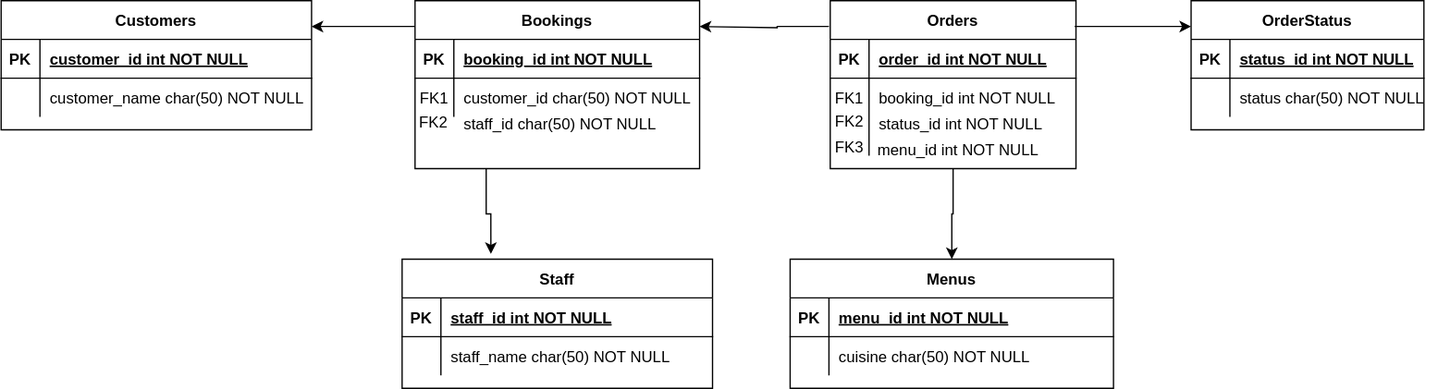
Before: ConceptualDataModel.drawio.svg, a diagram exported from draw.io (yl315504/db-capstone-project). Source tidied: cells renumbered, new cells last; positions are measured from the earlier drawing's top-left corner, leaving out a move shared by most shapes.
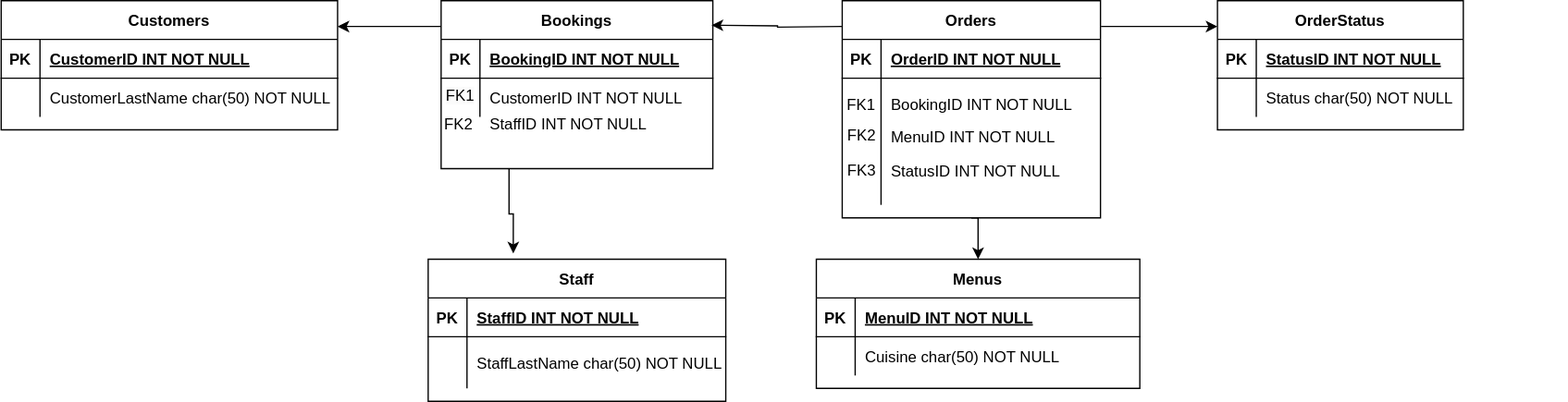
The same diagram one commit later.

Commit message:
Added little lemon data model

Change to the diagram source:
```diff
@@ -11,7 +11,7 @@
     <mxCell id="4" value="PK" style="shape=partialRectangle;overflow=hidden;fillColor=none;top=0;left=0;bottom=0;right=0;fontStyle=1;" parent="3" vertex="1">
       <mxGeometry width="30" height="30" as="geometry" />
     </mxCell>
-    <mxCell id="5" value="menu_id int NOT NULL " style="shape=partialRectangle;overflow=hidden;fillColor=none;top=0;left=0;bottom=0;right=0;align=left;spacingLeft=6;fontStyle=5;" parent="3" vertex="1">
+    <mxCell id="5" value="MenuID INT NOT NULL " style="shape=partialRectangle;overflow=hidden;fillColor=none;top=0;left=0;bottom=0;right=0;align=left;spacingLeft=6;fontStyle=5;" parent="3" vertex="1">
       <mxGeometry x="30" width="220" height="30" as="geometry" />
     </mxCell>
     <mxCell id="6" style="shape=partialRectangle;fillColor=none;top=0;left=0;right=0;bottom=0;" parent="2" vertex="1">
@@ -20,142 +20,90 @@
     <mxCell id="7" style="shape=partialRectangle;overflow=hidden;fillColor=none;top=0;left=0;bottom=0;right=0;" parent="6" vertex="1">
       <mxGeometry width="30" height="30" as="geometry" />
     </mxCell>
-    <mxCell id="8" value="cuisine char(50) NOT NULL" style="shape=partialRectangle;overflow=hidden;fillColor=none;top=0;left=0;bottom=0;right=0;align=left;spacingLeft=6;" parent="6" vertex="1">
+    <mxCell id="8" value="Cuisine char(50) NOT NULL" style="shape=partialRectangle;overflow=hidden;fillColor=none;top=0;left=0;bottom=0;right=0;align=left;spacingLeft=6;" parent="6" vertex="1">
       <mxGeometry x="30" width="220" height="30" as="geometry" />
     </mxCell>
     <mxCell id="9" value="Customers" style="shape=table;startSize=30;rowLines=0;fontStyle=1;align=center;" parent="1" vertex="1">
-      <mxGeometry width="240" height="100" as="geometry" />
+      <mxGeometry x="-20" width="260" height="100" as="geometry" />
     </mxCell>
     <mxCell id="10" style="shape=partialRectangle;fillColor=none;top=0;left=0;right=0;bottom=1;" parent="9" vertex="1">
-      <mxGeometry y="30" width="240" height="30" as="geometry" />
+      <mxGeometry y="30" width="260" height="30" as="geometry" />
     </mxCell>
     <mxCell id="11" value="PK" style="shape=partialRectangle;overflow=hidden;fillColor=none;top=0;left=0;bottom=0;right=0;fontStyle=1;" parent="10" vertex="1">
       <mxGeometry width="30" height="30" as="geometry" />
     </mxCell>
-    <mxCell id="12" value="customer_id int NOT NULL " style="shape=partialRectangle;overflow=hidden;fillColor=none;top=0;left=0;bottom=0;right=0;align=left;spacingLeft=6;fontStyle=5;" parent="10" vertex="1">
-      <mxGeometry x="30" width="210" height="30" as="geometry" />
+    <mxCell id="12" value="CustomerID INT NOT NULL " style="shape=partialRectangle;overflow=hidden;fillColor=none;top=0;left=0;bottom=0;right=0;align=left;spacingLeft=6;fontStyle=5;" parent="10" vertex="1">
+      <mxGeometry x="30" width="230" height="30" as="geometry" />
     </mxCell>
     <mxCell id="13" style="shape=partialRectangle;fillColor=none;top=0;left=0;right=0;bottom=0;" parent="9" vertex="1">
-      <mxGeometry y="60" width="240" height="30" as="geometry" />
+      <mxGeometry y="60" width="260" height="30" as="geometry" />
     </mxCell>
     <mxCell id="14" style="shape=partialRectangle;overflow=hidden;fillColor=none;top=0;left=0;bottom=0;right=0;" parent="13" vertex="1">
       <mxGeometry width="30" height="30" as="geometry" />
     </mxCell>
-    <mxCell id="15" value="customer_name char(50) NOT NULL" style="shape=partialRectangle;overflow=hidden;fillColor=none;top=0;left=0;bottom=0;right=0;align=left;spacingLeft=6;" parent="13" vertex="1">
-      <mxGeometry x="30" width="210" height="30" as="geometry" />
+    <mxCell id="15" value="CustomerLastName char(50) NOT NULL" style="shape=partialRectangle;overflow=hidden;fillColor=none;top=0;left=0;bottom=0;right=0;align=left;spacingLeft=6;" parent="13" vertex="1">
+      <mxGeometry x="30" width="230" height="30" as="geometry" />
     </mxCell>
     <mxCell id="16" value="Staff" style="shape=table;startSize=30;rowLines=0;fontStyle=1;align=center;" parent="1" vertex="1">
-      <mxGeometry x="310" y="200" width="240" height="100" as="geometry" />
+      <mxGeometry x="310" y="200" width="230" height="110" as="geometry" />
     </mxCell>
     <mxCell id="17" style="shape=partialRectangle;fillColor=none;top=0;left=0;right=0;bottom=1;" parent="16" vertex="1">
-      <mxGeometry y="30" width="240" height="30" as="geometry" />
+      <mxGeometry y="30" width="230" height="30" as="geometry" />
     </mxCell>
     <mxCell id="18" value="PK" style="shape=partialRectangle;overflow=hidden;fillColor=none;top=0;left=0;bottom=0;right=0;fontStyle=1;" parent="17" vertex="1">
       <mxGeometry width="30" height="30" as="geometry" />
     </mxCell>
-    <mxCell id="19" value="staff_id int NOT NULL " style="shape=partialRectangle;overflow=hidden;fillColor=none;top=0;left=0;bottom=0;right=0;align=left;spacingLeft=6;fontStyle=5;" parent="17" vertex="1">
-      <mxGeometry x="30" width="210" height="30" as="geometry" />
+    <mxCell id="19" value="StaffID INT NOT NULL " style="shape=partialRectangle;overflow=hidden;fillColor=none;top=0;left=0;bottom=0;right=0;align=left;spacingLeft=6;fontStyle=5;" parent="17" vertex="1">
+      <mxGeometry x="30" width="200" height="30" as="geometry" />
     </mxCell>
     <mxCell id="20" style="shape=partialRectangle;fillColor=none;top=0;left=0;right=0;bottom=0;" parent="16" vertex="1">
-      <mxGeometry y="60" width="240" height="30" as="geometry" />
+      <mxGeometry y="60" width="230" height="40" as="geometry" />
     </mxCell>
     <mxCell id="21" style="shape=partialRectangle;overflow=hidden;fillColor=none;top=0;left=0;bottom=0;right=0;" parent="20" vertex="1">
-      <mxGeometry width="30" height="30" as="geometry" />
+      <mxGeometry width="30" height="40" as="geometry" />
     </mxCell>
-    <mxCell id="22" value="staff_name char(50) NOT NULL" style="shape=partialRectangle;overflow=hidden;fillColor=none;top=0;left=0;bottom=0;right=0;align=left;spacingLeft=6;" parent="20" vertex="1">
-      <mxGeometry x="30" width="210" height="30" as="geometry" />
+    <mxCell id="22" value="StaffLastName char(50) NOT NULL" style="shape=partialRectangle;overflow=hidden;fillColor=none;top=0;left=0;bottom=0;right=0;align=left;spacingLeft=6;" parent="20" vertex="1">
+      <mxGeometry x="30" width="200" height="40" as="geometry" />
     </mxCell>
-    <mxCell id="23" style="group;" parent="1" vertex="1">
-      <mxGeometry x="640" width="250" height="140" as="geometry" />
-    </mxCell>
-    <mxCell id="24" value="menu_id int NOT NULL " style="shape=partialRectangle;overflow=hidden;fillColor=none;top=0;left=0;bottom=0;right=0;align=left;spacingLeft=6;fontStyle=0;" parent="23" vertex="1">
-      <mxGeometry x="30" y="100" width="220" height="30" as="geometry" />
-    </mxCell>
-    <mxCell id="25" value="Orders" style="shape=table;startSize=30;rowLines=0;fontStyle=1;align=center;" parent="23" vertex="1">
-      <mxGeometry x="1" width="190" height="130" as="geometry" />
-    </mxCell>
-    <mxCell id="26" style="shape=partialRectangle;fillColor=none;top=0;left=0;right=0;bottom=1;" parent="25" vertex="1">
-      <mxGeometry y="30" width="190" height="30" as="geometry" />
-    </mxCell>
-    <mxCell id="27" value="PK" style="shape=partialRectangle;overflow=hidden;fillColor=none;top=0;left=0;bottom=0;right=0;fontStyle=1;" parent="26" vertex="1">
-      <mxGeometry width="30" height="30" as="geometry" />
-    </mxCell>
-    <mxCell id="28" value="order_id int NOT NULL " style="shape=partialRectangle;overflow=hidden;fillColor=none;top=0;left=0;bottom=0;right=0;align=left;spacingLeft=6;fontStyle=5;" parent="26" vertex="1">
-      <mxGeometry x="30" width="160" height="30" as="geometry" />
-    </mxCell>
-    <mxCell id="29" style="shape=partialRectangle;fillColor=none;top=0;left=0;right=0;bottom=0;" parent="25" vertex="1">
-      <mxGeometry y="60" width="190" height="30" as="geometry" />
-    </mxCell>
-    <mxCell id="30" value="FK1" style="shape=partialRectangle;overflow=hidden;fillColor=none;top=0;left=0;bottom=0;right=0;" parent="29" vertex="1">
-      <mxGeometry width="30" height="30" as="geometry" />
-    </mxCell>
-    <mxCell id="31" value="booking_id int NOT NULL" style="shape=partialRectangle;overflow=hidden;fillColor=none;top=0;left=0;bottom=0;right=0;align=left;spacingLeft=6;" parent="29" vertex="1">
-      <mxGeometry x="30" width="160" height="30" as="geometry" />
-    </mxCell>
-    <mxCell id="32" style="shape=partialRectangle;fillColor=none;top=0;left=0;right=0;bottom=0;" parent="25" vertex="1">
-      <mxGeometry y="90" width="190" height="30" as="geometry" />
-    </mxCell>
-    <mxCell id="33" style="shape=partialRectangle;overflow=hidden;fillColor=none;top=0;left=0;bottom=0;right=0;" parent="32" vertex="1">
-      <mxGeometry width="30" height="30" as="geometry" />
-    </mxCell>
-    <mxCell id="34" style="shape=partialRectangle;overflow=hidden;fillColor=none;top=0;left=0;bottom=0;right=0;align=left;spacingLeft=6;" parent="32" vertex="1">
-      <mxGeometry x="30" width="160" height="30" as="geometry" />
-    </mxCell>
-    <mxCell id="35" value="status_id int NOT NULL " style="shape=partialRectangle;overflow=hidden;fillColor=none;top=0;left=0;bottom=0;right=0;align=left;spacingLeft=6;fontStyle=0;strokeColor=none;" parent="23" vertex="1">
-      <mxGeometry x="31" y="80" width="150" height="30" as="geometry" />
-    </mxCell>
-    <mxCell id="36" value="FK2" style="text;whiteSpace=wrap;html=1;" parent="23" vertex="1">
-      <mxGeometry x="3" y="80" width="60" height="40" as="geometry" />
-    </mxCell>
-    <mxCell id="37" value="FK3" style="text;whiteSpace=wrap;html=1;" parent="23" vertex="1">
-      <mxGeometry x="3" y="100" width="64" height="40" as="geometry" />
-    </mxCell>
     <mxCell id="38" style="group;" parent="1" vertex="1">
       <mxGeometry x="320" width="220" height="130" as="geometry" />
     </mxCell>
     <mxCell id="39" value="Bookings" style="shape=table;startSize=30;rowLines=0;fontStyle=1;align=center;" parent="38" vertex="1">
-      <mxGeometry width="220" height="130" as="geometry" />
+      <mxGeometry width="210" height="130" as="geometry" />
     </mxCell>
     <mxCell id="40" style="shape=partialRectangle;fillColor=none;top=0;left=0;right=0;bottom=1;" parent="39" vertex="1">
-      <mxGeometry y="30" width="220" height="30" as="geometry" />
+      <mxGeometry y="30" width="210" height="30" as="geometry" />
     </mxCell>
     <mxCell id="41" value="PK" style="shape=partialRectangle;overflow=hidden;fillColor=none;top=0;left=0;bottom=0;right=0;fontStyle=1;" parent="40" vertex="1">
       <mxGeometry width="30" height="30" as="geometry" />
     </mxCell>
-    <mxCell id="42" value="booking_id int NOT NULL " style="shape=partialRectangle;overflow=hidden;fillColor=none;top=0;left=0;bottom=0;right=0;align=left;spacingLeft=6;fontStyle=5;" parent="40" vertex="1">
-      <mxGeometry x="30" width="190" height="30" as="geometry" />
+    <mxCell id="42" value="BookingID INT NOT NULL " style="shape=partialRectangle;overflow=hidden;fillColor=none;top=0;left=0;bottom=0;right=0;align=left;spacingLeft=6;fontStyle=5;" parent="40" vertex="1">
+      <mxGeometry x="30" width="180" height="30" as="geometry" />
     </mxCell>
     <mxCell id="43" style="shape=partialRectangle;fillColor=none;top=0;left=0;right=0;bottom=0;" parent="39" vertex="1">
-      <mxGeometry y="60" width="220" height="30" as="geometry" />
+      <mxGeometry y="60" width="210" height="30" as="geometry" />
     </mxCell>
-    <mxCell id="44" value="FK1" style="shape=partialRectangle;overflow=hidden;fillColor=none;top=0;left=0;bottom=0;right=0;" parent="43" vertex="1">
+    <mxCell id="44" style="shape=partialRectangle;overflow=hidden;fillColor=none;top=0;left=0;bottom=0;right=0;" parent="43" vertex="1">
       <mxGeometry width="30" height="30" as="geometry" />
     </mxCell>
-    <mxCell id="45" value="customer_id char(50) NOT NULL" style="shape=partialRectangle;overflow=hidden;fillColor=none;top=0;left=0;bottom=0;right=0;align=left;spacingLeft=6;" parent="43" vertex="1">
-      <mxGeometry x="30" width="190" height="30" as="geometry" />
+    <mxCell id="45" value="CustomerID INT NOT NULL" style="shape=partialRectangle;overflow=hidden;fillColor=none;top=0;left=0;bottom=0;right=0;align=left;spacingLeft=6;" parent="43" vertex="1">
+      <mxGeometry x="30" width="180" height="30" as="geometry" />
     </mxCell>
-    <mxCell id="46" value="staff_id char(50) NOT NULL" style="shape=partialRectangle;overflow=hidden;fillColor=none;top=0;left=0;bottom=0;right=0;align=left;spacingLeft=6;" parent="38" vertex="1">
+    <mxCell id="46" value="StaffID INT NOT NULL" style="shape=partialRectangle;overflow=hidden;fillColor=none;top=0;left=0;bottom=0;right=0;align=left;spacingLeft=6;" parent="38" vertex="1">
       <mxGeometry x="30" y="80" width="180" height="30" as="geometry" />
     </mxCell>
-    <mxCell id="47" value="FK2" style="text;html=1;align=center;verticalAlign=middle;strokeColor=none;fillColor=none;" parent="38" vertex="1">
-      <mxGeometry x="-11" y="80" width="50" height="30" as="geometry" />
-    </mxCell>
+    <mxCell id="62" value="FK2" style="shape=partialRectangle;overflow=hidden;fillColor=none;top=0;left=0;bottom=0;right=0;" parent="38" vertex="1">
+      <mxGeometry y="75" width="27.5" height="40" as="geometry" />
+    </mxCell>
+    <mxCell id="63" value="&lt;span style=&quot;color: rgb(0, 0, 0); font-family: Helvetica; font-size: 12px; font-style: normal; font-variant-ligatures: normal; font-variant-caps: normal; font-weight: 400; letter-spacing: normal; orphans: 2; text-align: center; text-indent: 0px; text-transform: none; widows: 2; word-spacing: 0px; -webkit-text-stroke-width: 0px; white-space: nowrap; background-color: rgb(251, 251, 251); text-decoration-thickness: initial; text-decoration-style: initial; text-decoration-color: initial; display: inline !important; float: none;&quot;&gt;FK1&lt;/span&gt;" style="text;whiteSpace=wrap;html=1;" parent="38" vertex="1">
+      <mxGeometry x="2" y="60" width="64" height="40" as="geometry" />
+    </mxCell>
     <mxCell id="48" style="edgeStyle=orthogonalEdgeStyle;rounded=0;orthogonalLoop=1;jettySize=auto;html=1;exitX=1;exitY=0.5;exitDx=0;exitDy=0;entryX=0;entryY=0.5;entryDx=0;entryDy=0;" parent="1" edge="1">
       <mxGeometry relative="1" as="geometry">
         <mxPoint x="830" y="20" as="sourcePoint" />
         <mxPoint x="920" y="20" as="targetPoint" />
       </mxGeometry>
     </mxCell>
-    <mxCell id="49" style="edgeStyle=orthogonalEdgeStyle;rounded=0;orthogonalLoop=1;jettySize=auto;html=1;exitX=0;exitY=0.5;exitDx=0;exitDy=0;" parent="1" edge="1">
-      <mxGeometry relative="1" as="geometry">
-        <mxPoint x="640" y="20" as="sourcePoint" />
-        <mxPoint x="540" y="20" as="targetPoint" />
-        <Array as="points">
-          <mxPoint x="600" y="20" />
-          <mxPoint x="600" y="21" />
-        </Array>
-      </mxGeometry>
-    </mxCell>
     <mxCell id="50" style="edgeStyle=orthogonalEdgeStyle;rounded=0;jettySize=auto;html=1;exitX=0.5;exitY=1;exitDx=0;exitDy=0;entryX=0.5;entryY=0;entryDx=0;entryDy=0;" parent="1" edge="1" source="25" target="2">
       <mxGeometry relative="1" as="geometry" />
     </mxCell>
@@ -172,28 +120,91 @@
       <mxGeometry x="920" width="190" height="100" as="geometry" />
     </mxCell>
     <mxCell id="54" value="OrderStatus" style="shape=table;startSize=30;rowLines=0;fontStyle=1;align=center;" parent="53" vertex="1">
-      <mxGeometry width="180" height="100" as="geometry" />
+      <mxGeometry width="190" height="100" as="geometry" />
     </mxCell>
     <mxCell id="55" style="shape=partialRectangle;fillColor=none;top=0;left=0;right=0;bottom=1;" parent="54" vertex="1">
-      <mxGeometry y="30" width="180" height="30" as="geometry" />
+      <mxGeometry y="30" width="190" height="30" as="geometry" />
     </mxCell>
     <mxCell id="56" value="PK" style="shape=partialRectangle;overflow=hidden;fillColor=none;top=0;left=0;bottom=0;right=0;fontStyle=1;" parent="55" vertex="1">
       <mxGeometry width="30" height="30" as="geometry" />
     </mxCell>
-    <mxCell id="57" value="status_id int NOT NULL " style="shape=partialRectangle;overflow=hidden;fillColor=none;top=0;left=0;bottom=0;right=0;align=left;spacingLeft=6;fontStyle=5;" parent="55" vertex="1">
-      <mxGeometry x="30" width="150" height="30" as="geometry" />
+    <mxCell id="57" value="StatusID INT NOT NULL " style="shape=partialRectangle;overflow=hidden;fillColor=none;top=0;left=0;bottom=0;right=0;align=left;spacingLeft=6;fontStyle=5;" parent="55" vertex="1">
+      <mxGeometry x="30" width="160" height="30" as="geometry" />
     </mxCell>
     <mxCell id="58" style="shape=partialRectangle;fillColor=none;top=0;left=0;right=0;bottom=0;" parent="54" vertex="1">
-      <mxGeometry y="60" width="180" height="30" as="geometry" />
+      <mxGeometry y="60" width="190" height="30" as="geometry" />
     </mxCell>
     <mxCell id="59" style="shape=partialRectangle;overflow=hidden;fillColor=none;top=0;left=0;bottom=0;right=0;" parent="58" vertex="1">
       <mxGeometry width="30" height="30" as="geometry" />
     </mxCell>
     <mxCell id="60" style="shape=partialRectangle;overflow=hidden;fillColor=none;top=0;left=0;bottom=0;right=0;align=left;spacingLeft=6;" parent="58" vertex="1">
-      <mxGeometry x="30" width="150" height="30" as="geometry" />
+      <mxGeometry x="30" width="160" height="30" as="geometry" />
     </mxCell>
-    <mxCell id="61" value="status char(50) NOT NULL" style="shape=partialRectangle;overflow=hidden;fillColor=none;top=0;left=0;bottom=0;right=0;align=left;spacingLeft=6;" parent="53" vertex="1">
+    <mxCell id="61" value="Status char(50) NOT NULL" style="shape=partialRectangle;overflow=hidden;fillColor=none;top=0;left=0;bottom=0;right=0;align=left;spacingLeft=6;" parent="53" vertex="1">
       <mxGeometry x="30" y="60" width="160" height="30" as="geometry" />
     </mxCell>
+    <mxCell id="64" style="group;" parent="1" vertex="1">
+      <mxGeometry x="580.4" width="309.2" height="168" as="geometry" />
+    </mxCell>
+    <mxCell id="25" value="Orders" style="shape=table;startSize=30;rowLines=0;fontStyle=1;align=center;" parent="64" vertex="1">
+      <mxGeometry x="49.6" width="199.6" height="168" as="geometry" />
+    </mxCell>
+    <mxCell id="26" style="shape=partialRectangle;fillColor=none;top=0;left=0;right=0;bottom=1;" parent="25" vertex="1">
+      <mxGeometry y="30" width="199.6" height="30" as="geometry" />
+    </mxCell>
+    <mxCell id="27" value="PK" style="shape=partialRectangle;overflow=hidden;fillColor=none;top=0;left=0;bottom=0;right=0;fontStyle=1;" parent="26" vertex="1">
+      <mxGeometry width="30" height="30" as="geometry" />
+    </mxCell>
+    <mxCell id="28" value="OrderID INT NOT NULL " style="shape=partialRectangle;overflow=hidden;fillColor=none;top=0;left=0;bottom=0;right=0;align=left;spacingLeft=6;fontStyle=5;" parent="26" vertex="1">
+      <mxGeometry x="30" width="169.6" height="30" as="geometry" />
+    </mxCell>
+    <mxCell id="29" style="shape=partialRectangle;fillColor=none;top=0;left=0;right=0;bottom=0;" parent="25" vertex="1">
+      <mxGeometry y="60" width="199.6" height="40" as="geometry" />
+    </mxCell>
+    <mxCell id="30" value="FK1" style="shape=partialRectangle;overflow=hidden;fillColor=none;top=0;left=0;bottom=0;right=0;" parent="29" vertex="1">
+      <mxGeometry width="30" height="40" as="geometry" />
+    </mxCell>
+    <mxCell id="31" value="BookingID INT NOT NULL" style="shape=partialRectangle;overflow=hidden;fillColor=none;top=0;left=0;bottom=0;right=0;align=left;spacingLeft=6;" parent="29" vertex="1">
+      <mxGeometry x="30" width="169.6" height="40" as="geometry" />
+    </mxCell>
+    <mxCell id="32" style="shape=partialRectangle;fillColor=none;top=0;left=0;right=0;bottom=0;" parent="25" vertex="1">
+      <mxGeometry y="100" width="199.6" height="58" as="geometry" />
+    </mxCell>
+    <mxCell id="33" style="shape=partialRectangle;overflow=hidden;fillColor=none;top=0;left=0;bottom=0;right=0;" parent="32" vertex="1">
+      <mxGeometry width="30" height="58" as="geometry" />
+    </mxCell>
+    <mxCell id="34" style="shape=partialRectangle;overflow=hidden;fillColor=none;top=0;left=0;bottom=0;right=0;align=left;spacingLeft=6;" parent="32" vertex="1">
+      <mxGeometry x="30" width="169.6" height="58" as="geometry" />
+    </mxCell>
+    <mxCell id="65" style="group;" parent="64" vertex="1">
+      <mxGeometry x="79.6" y="90" width="160" height="63" as="geometry" />
+    </mxCell>
+    <mxCell id="35" value="StatusID INT NOT NULL " style="shape=partialRectangle;overflow=hidden;fillColor=none;top=0;left=0;bottom=0;right=0;align=left;spacingLeft=6;fontStyle=0;strokeColor=none;" parent="65" vertex="1">
+      <mxGeometry y="25" width="160" height="33" as="geometry" />
+    </mxCell>
+    <mxCell id="24" value="MenuID INT NOT NULL " style="shape=partialRectangle;overflow=hidden;fillColor=none;top=0;left=0;bottom=0;right=0;align=left;spacingLeft=6;fontStyle=0;" parent="65" vertex="1">
+      <mxGeometry width="160" height="30" as="geometry" />
+    </mxCell>
+    <mxCell id="66" style="edgeStyle=orthogonalEdgeStyle;rounded=0;orthogonalLoop=1;jettySize=auto;html=1;" parent="64" edge="1">
+      <mxGeometry relative="1" as="geometry">
+        <mxPoint x="49.6" y="20" as="sourcePoint" />
+        <mxPoint x="-51.4" y="19" as="targetPoint" />
+      </mxGeometry>
+    </mxCell>
+    <mxCell id="67" style="shape=partialRectangle;fillColor=none;points=[[0,0.5],[1,0.5]];portConstraint=eastwest;top=0;left=0;right=0;bottom=0;" parent="64" vertex="1">
+      <mxGeometry x="53.6" y="84" width="150" height="40" as="geometry" />
+    </mxCell>
+    <mxCell id="68" value="FK2" style="shape=partialRectangle;overflow=hidden;fillColor=none;top=0;left=0;bottom=0;right=0;" parent="67" vertex="1">
+      <mxGeometry width="22.5" height="40" as="geometry" />
+    </mxCell>
+    <mxCell id="69" style="edgeStyle=orthogonalEdgeStyle;rounded=0;orthogonalLoop=1;jettySize=auto;html=1;exitX=1;exitY=0.5;exitDx=0;exitDy=0;" parent="64" edge="1" source="67" target="67">
+      <mxGeometry relative="1" as="geometry" />
+    </mxCell>
+    <mxCell id="37" value="FK3" style="shape=partialRectangle;overflow=hidden;fillColor=none;top=0;left=0;bottom=0;right=0;" parent="64" vertex="1">
+      <mxGeometry x="53.6" y="111" width="22.5" height="40" as="geometry" />
+    </mxCell>
+    <mxCell id="70" style="shape=partialRectangle;fillColor=none;top=0;left=0;right=0;bottom=0;" parent="1" vertex="1">
+      <mxGeometry x="1040" y="190" width="150" height="40" as="geometry" />
+    </mxCell>
   </root>
 </mxGraphModel>
```
